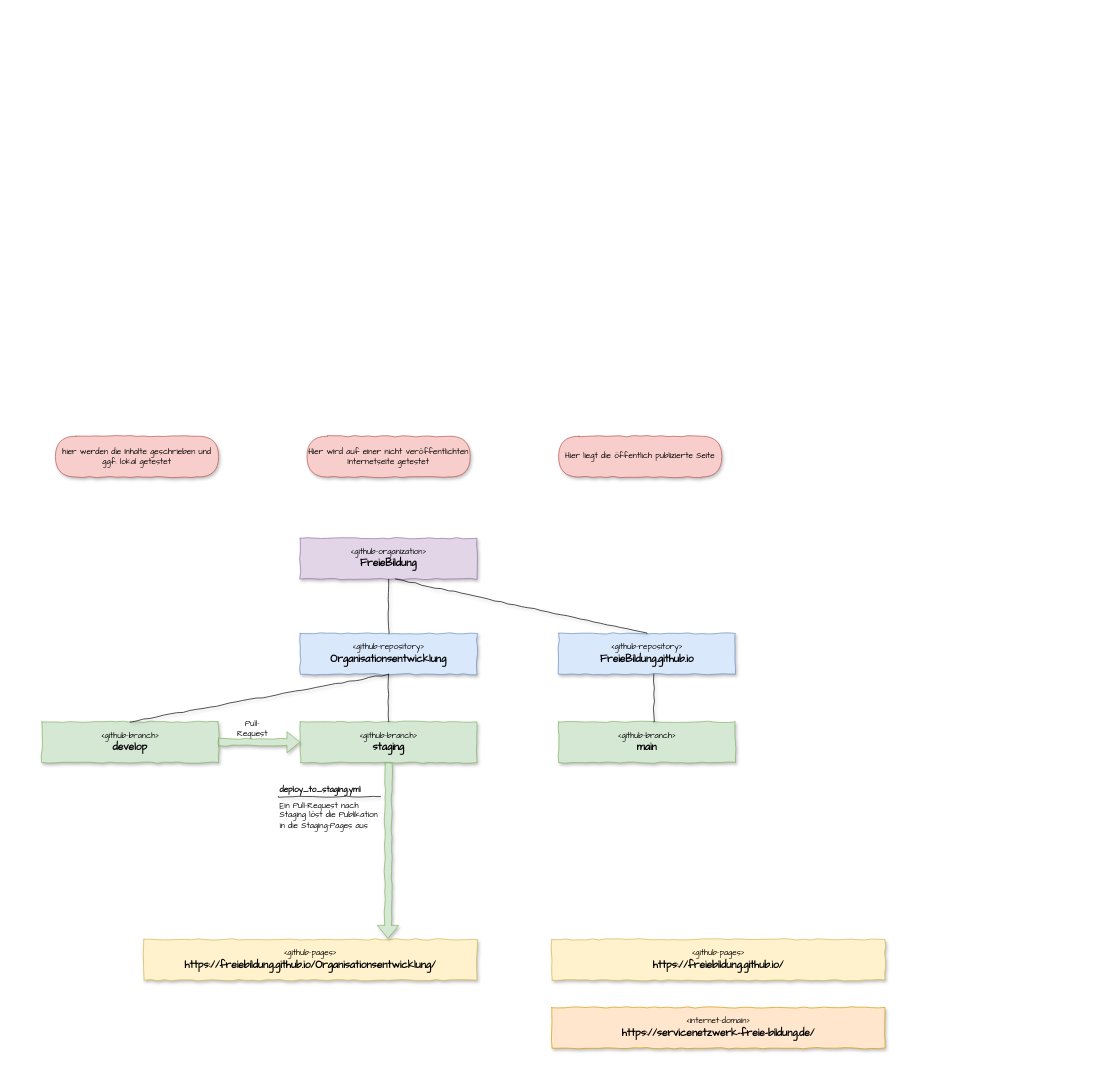
Earlier version of the draw.io diagram src/it/assets/staging.drawio (FreieBildung/Organisationsentwicklung). Source tidied: cells renumbered, new cells numbered last; positions are measured from the earlier drawing's top-left corner, leaving out a move shared by most shapes. Both pictures are drawn from the tidied source at 68%, with x=0, y=0 at pixel (41, 436).
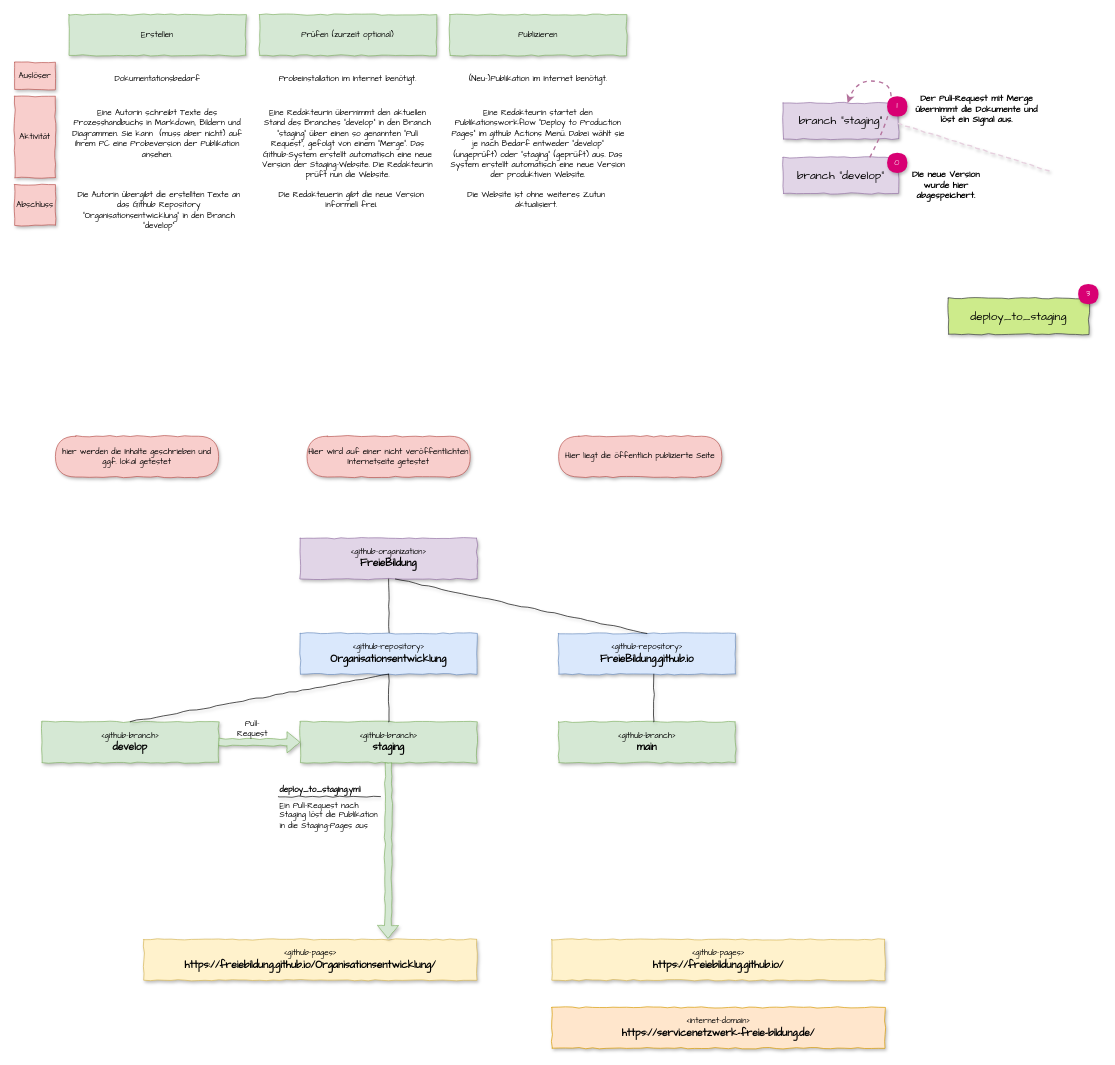
The same diagram, later.

Change to the diagram source:
```diff
@@
+    <mxCell id="25" value="Erstellen" style="rounded=0;whiteSpace=wrap;html=1;fontFamily=Comic Sans MS;shadow=1;sketch=1;sketchStyle=comic;fillColor=#d5e8d4;strokeColor=#82b366;" parent="1" vertex="1">
+      <mxGeometry x="40" y="-620" width="260" height="60" as="geometry" />
+    </mxCell>
+    <mxCell id="26" value="Prüfen (zurzeit optional)" style="rounded=0;whiteSpace=wrap;html=1;fontFamily=Comic Sans MS;shadow=1;sketch=1;sketchStyle=comic;fillColor=#d5e8d4;strokeColor=#82b366;" parent="1" vertex="1">
+      <mxGeometry x="320" y="-620" width="260" height="60" as="geometry" />
+    </mxCell>
+    <mxCell id="27" value="Publizieren" style="rounded=0;whiteSpace=wrap;html=1;fontFamily=Comic Sans MS;shadow=1;sketch=1;sketchStyle=comic;fillColor=#d5e8d4;strokeColor=#82b366;" parent="1" vertex="1">
+      <mxGeometry x="600" y="-620" width="260" height="60" as="geometry" />
+    </mxCell>
+    <mxCell id="28" value="Auslöser" style="rounded=0;whiteSpace=wrap;html=1;fontFamily=Comic Sans MS;shadow=1;sketch=1;sketchStyle=comic;fillColor=#f8cecc;strokeColor=#b85450;" parent="1" vertex="1">
+      <mxGeometry x="-40" y="-550" width="60" height="40" as="geometry" />
+    </mxCell>
+    <mxCell id="29" value="&lt;font face=&quot;Comic Sans MS&quot;&gt;Eine Autorin schreibt Texte des Prozesshandbuchs in Markdown, Bildern und Diagrammen. Sie kann&amp;nbsp; (muss aber nicht) auf ihrem PC eine Probeversion der Publikation ansehen.&lt;br&gt;&lt;/font&gt;" style="text;html=1;strokeColor=none;fillColor=none;align=center;verticalAlign=top;whiteSpace=wrap;rounded=0;" parent="1" vertex="1">
+      <mxGeometry x="40" y="-490" width="260" height="20" as="geometry" />
+    </mxCell>
+    <mxCell id="30" value="Aktivität" style="rounded=0;whiteSpace=wrap;html=1;fontFamily=Comic Sans MS;shadow=1;sketch=1;sketchStyle=comic;fillColor=#f8cecc;strokeColor=#b85450;" parent="1" vertex="1">
+      <mxGeometry x="-40" y="-500" width="60" height="120" as="geometry" />
+    </mxCell>
+    <mxCell id="31" value="&lt;font face=&quot;Comic Sans MS&quot;&gt;Dokumentationsbedarf&lt;/font&gt;" style="text;html=1;strokeColor=none;fillColor=none;align=center;verticalAlign=top;whiteSpace=wrap;rounded=0;" parent="1" vertex="1">
+      <mxGeometry x="65" y="-540" width="210" height="30" as="geometry" />
+    </mxCell>
+    <mxCell id="32" value="Abschluss" style="rounded=0;whiteSpace=wrap;html=1;fontFamily=Comic Sans MS;shadow=1;sketch=1;sketchStyle=comic;fillColor=#f8cecc;strokeColor=#b85450;" parent="1" vertex="1">
+      <mxGeometry x="-40" y="-370" width="60" height="60" as="geometry" />
+    </mxCell>
+    <mxCell id="33" value="&lt;font face=&quot;Comic Sans MS&quot;&gt;Die Autorin übergibt die erstellten Texte an das Github Repository &quot;Organisationsentwicklung&quot; in den Branch &quot;develop&quot;&lt;/font&gt;" style="text;html=1;strokeColor=none;fillColor=none;align=center;verticalAlign=top;whiteSpace=wrap;rounded=0;" parent="1" vertex="1">
+      <mxGeometry x="50" y="-370" width="245" height="20" as="geometry" />
+    </mxCell>
+    <mxCell id="34" value="&lt;font face=&quot;Comic Sans MS&quot;&gt;Probeinstallation im Internet benötigt.&lt;/font&gt;" style="text;html=1;strokeColor=none;fillColor=none;align=center;verticalAlign=top;whiteSpace=wrap;rounded=0;" parent="1" vertex="1">
+      <mxGeometry x="345" y="-540" width="210" height="20" as="geometry" />
+    </mxCell>
+    <mxCell id="35" value="&lt;font face=&quot;Comic Sans MS&quot;&gt;Eine Redakteurin übernimmt den aktuellen Stand des Branches &quot;develop&quot; in den Branch &quot;staging&quot; über einen so genannten &quot;Pull Request&quot;, gefolgt von einem &quot;Merge&quot;. Das Github-System erstellt automatisch eine neue Version der Staging-Website. Die Redakteurin prüft nun die Website.&lt;br&gt;&lt;/font&gt;" style="text;html=1;strokeColor=none;fillColor=none;align=center;verticalAlign=top;whiteSpace=wrap;rounded=0;" parent="1" vertex="1">
+      <mxGeometry x="320" y="-490" width="260" height="20" as="geometry" />
+    </mxCell>
+    <mxCell id="36" value="&lt;font face=&quot;Comic Sans MS&quot;&gt;Die Redakteuerin gibt die neue Version informell frei.&lt;/font&gt;" style="text;html=1;strokeColor=none;fillColor=none;align=center;verticalAlign=top;whiteSpace=wrap;rounded=0;" parent="1" vertex="1">
+      <mxGeometry x="332.5" y="-370" width="245" height="20" as="geometry" />
+    </mxCell>
+    <mxCell id="37" value="&lt;font face=&quot;Comic Sans MS&quot;&gt;(Neu-)Publikation im Internet benötigt.&lt;/font&gt;" style="text;html=1;strokeColor=none;fillColor=none;align=center;verticalAlign=top;whiteSpace=wrap;rounded=0;" parent="1" vertex="1">
+      <mxGeometry x="625" y="-540" width="210" height="20" as="geometry" />
+    </mxCell>
+    <mxCell id="38" value="&lt;font face=&quot;Comic Sans MS&quot;&gt;Eine Redakteurin startet den Publikationsworkflow &quot;Deploy to Production Pages&quot; im github Actions Menü. Dabei wählt sie je nach Bedarf entweder &quot;develop&quot; (ungeprüft) oder &quot;staging&quot; (geprüft) aus. Das System erstellt automatisch eine neue Version der produktiven Website.&lt;br&gt;&lt;/font&gt;" style="text;html=1;strokeColor=none;fillColor=none;align=center;verticalAlign=top;whiteSpace=wrap;rounded=0;" parent="1" vertex="1">
+      <mxGeometry x="600" y="-490" width="260" height="20" as="geometry" />
+    </mxCell>
+    <mxCell id="39" value="&lt;font face=&quot;Comic Sans MS&quot;&gt;Die Website ist ohne weiteres Zutun aktualisiert.&lt;/font&gt;" style="text;html=1;strokeColor=none;fillColor=none;align=center;verticalAlign=top;whiteSpace=wrap;rounded=0;" parent="1" vertex="1">
+      <mxGeometry x="605" y="-370" width="245" height="20" as="geometry" />
+    </mxCell>
+    <mxCell id="40" value="deploy_to_staging" style="rounded=0;whiteSpace=wrap;html=1;fontFamily=Comic Sans MS;shadow=1;sketch=1;sketchStyle=comic;fillColor=#cdeb8b;strokeColor=#36393d;fontSize=17;" parent="1" vertex="1">
+      <mxGeometry x="1333" y="-203" width="207" height="53" as="geometry" />
+    </mxCell>
+    <mxCell id="41" value="3" style="rounded=1;whiteSpace=wrap;html=1;arcSize=50;shadow=1;sketch=1;sketchStyle=comic;fillColor=#d80073;fontColor=#ffffff;fontFamily=Comic Sans MS;strokeColor=none;" parent="1" vertex="1">
+      <mxGeometry x="1524" y="-224" width="30" height="30" as="geometry" />
+    </mxCell>
+    <mxCell id="42" value="branch &quot;develop&quot;" style="rounded=0;whiteSpace=wrap;html=1;fontFamily=Comic Sans MS;shadow=1;sketch=1;sketchStyle=comic;fillColor=#e1d5e7;strokeColor=#9673a6;fontSize=17;" parent="1" vertex="1">
+      <mxGeometry x="1090" y="-410" width="170" height="53" as="geometry" />
+    </mxCell>
+    <mxCell id="43" value="branch &quot;staging&quot;" style="rounded=0;whiteSpace=wrap;html=1;fontFamily=Comic Sans MS;shadow=1;sketch=1;sketchStyle=comic;fillColor=#e1d5e7;strokeColor=#9673a6;fontSize=17;" parent="1" vertex="1">
+      <mxGeometry x="1090" y="-490" width="170" height="53" as="geometry" />
+    </mxCell>
+    <mxCell id="44" value="0" style="rounded=1;whiteSpace=wrap;html=1;arcSize=50;shadow=1;sketch=1;sketchStyle=comic;fillColor=#d80073;fontColor=#ffffff;fontFamily=Comic Sans MS;strokeColor=none;" parent="1" vertex="1">
+      <mxGeometry x="1243" y="-417" width="30" height="30" as="geometry" />
+    </mxCell>
+    <mxCell id="45" style="endArrow=none;html=1;fontFamily=Comic Sans MS;sketch=1;shadow=1;sketchStyle=comic;exitX=0.78;exitY=0.313;exitDx=0;exitDy=0;dashed=1;strokeColor=#E6D0DE;strokeWidth=2;exitPerimeter=0;" parent="1" edge="1">
+      <mxGeometry relative="1" as="geometry">
+        <mxPoint x="1481.2" y="-390.1" as="sourcePoint" />
+        <mxPoint x="1260" y="-460" as="targetPoint" />
+      </mxGeometry>
+    </mxCell>
+    <mxCell id="46" value="Die neue Version wurde hier abgespeichert." style="text;html=1;strokeColor=none;fillColor=none;align=center;verticalAlign=middle;whiteSpace=wrap;rounded=0;shadow=1;sketch=1;sketchStyle=comic;fontFamily=Comic Sans MS;fontSize=13;fontStyle=1;" parent="1" vertex="1">
+      <mxGeometry x="1270" y="-379" width="120" height="20" as="geometry" />
+    </mxCell>
+    <mxCell id="47" value="Der Pull-Request mit Merge übernimmt die Dokumente und löst ein Signal aus." style="text;html=1;strokeColor=none;fillColor=none;align=center;verticalAlign=middle;whiteSpace=wrap;rounded=0;shadow=1;sketch=1;sketchStyle=comic;fontFamily=Comic Sans MS;fontSize=13;fontStyle=1;" parent="1" vertex="1">
+      <mxGeometry x="1280" y="-490" width="190" height="20" as="geometry" />
+    </mxCell>
+    <mxCell id="48" style="curved=1;endArrow=classic;html=1;dashed=1;strokeWidth=2;fontFamily=Comic Sans MS;fontSize=13;strokeColor=#B5739D;exitX=0.75;exitY=0;exitDx=0;exitDy=0;" parent="1" edge="1" source="42" target="43">
+      <mxGeometry relative="1" as="geometry">
+        <Array as="points">
+          <mxPoint x="1270" y="-510" />
+          <mxPoint x="1200" y="-530" />
+        </Array>
+      </mxGeometry>
+    </mxCell>
+    <mxCell id="49" value="1" style="rounded=1;whiteSpace=wrap;html=1;arcSize=50;shadow=1;sketch=1;sketchStyle=comic;fillColor=#d80073;fontColor=#ffffff;fontFamily=Comic Sans MS;strokeColor=none;" parent="1" vertex="1">
+      <mxGeometry x="1243" y="-500" width="30" height="30" as="geometry" />
+    </mxCell>
```
